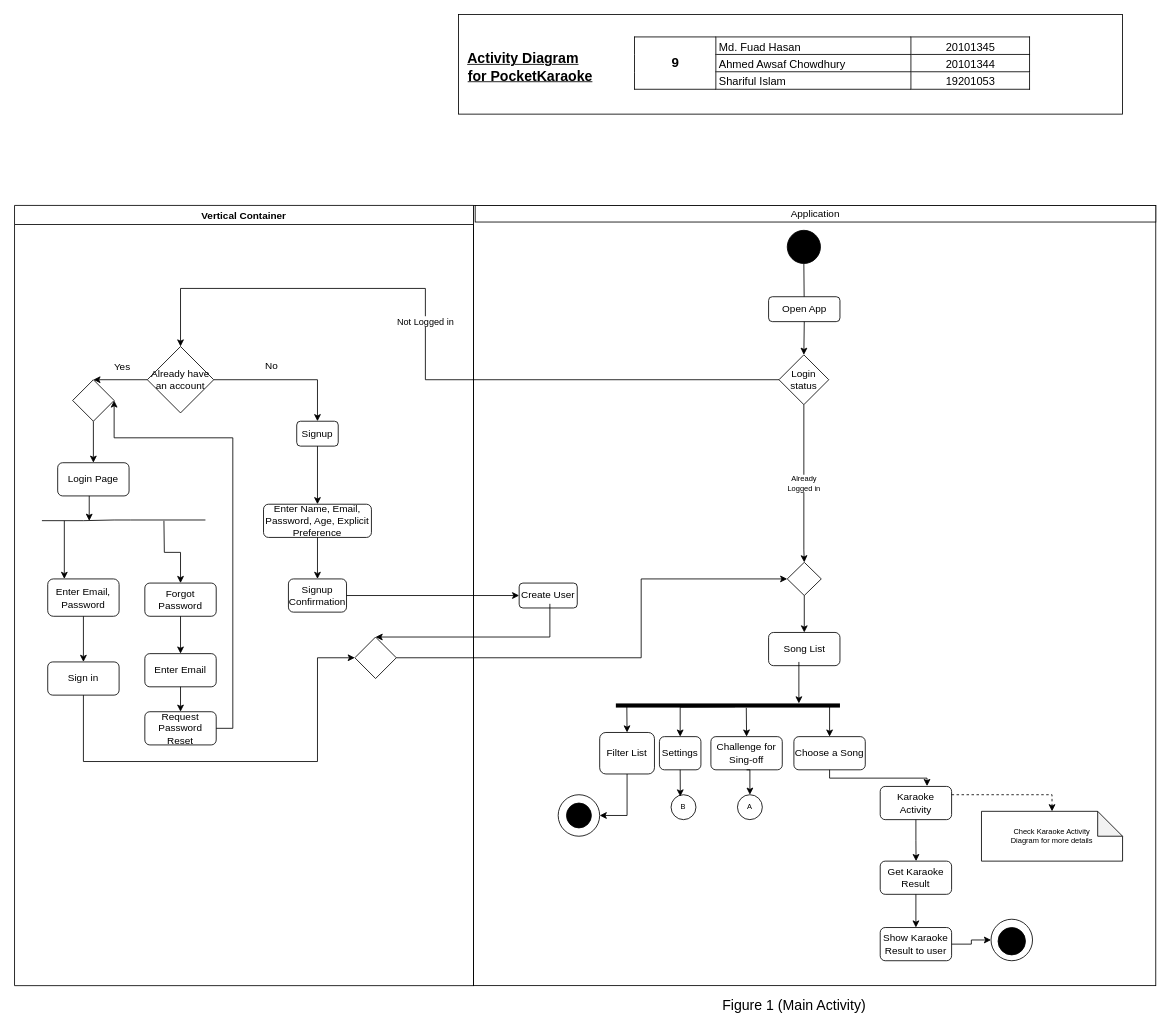
Earlier version of the draw.io diagram page "Page-1" (1 of 3) of System Analysis/PocketKaraoke Activity Diagram.drawio (AwsafChowdhury/PocketKaraoke). Source tidied: cells renumbered, new cells numbered last; positions are measured from the earlier drawing's top-left corner, leaving out a move shared by most shapes. Both pictures are drawn from the tidied source at 83%, with x=0, y=0 at pixel (14, 14).
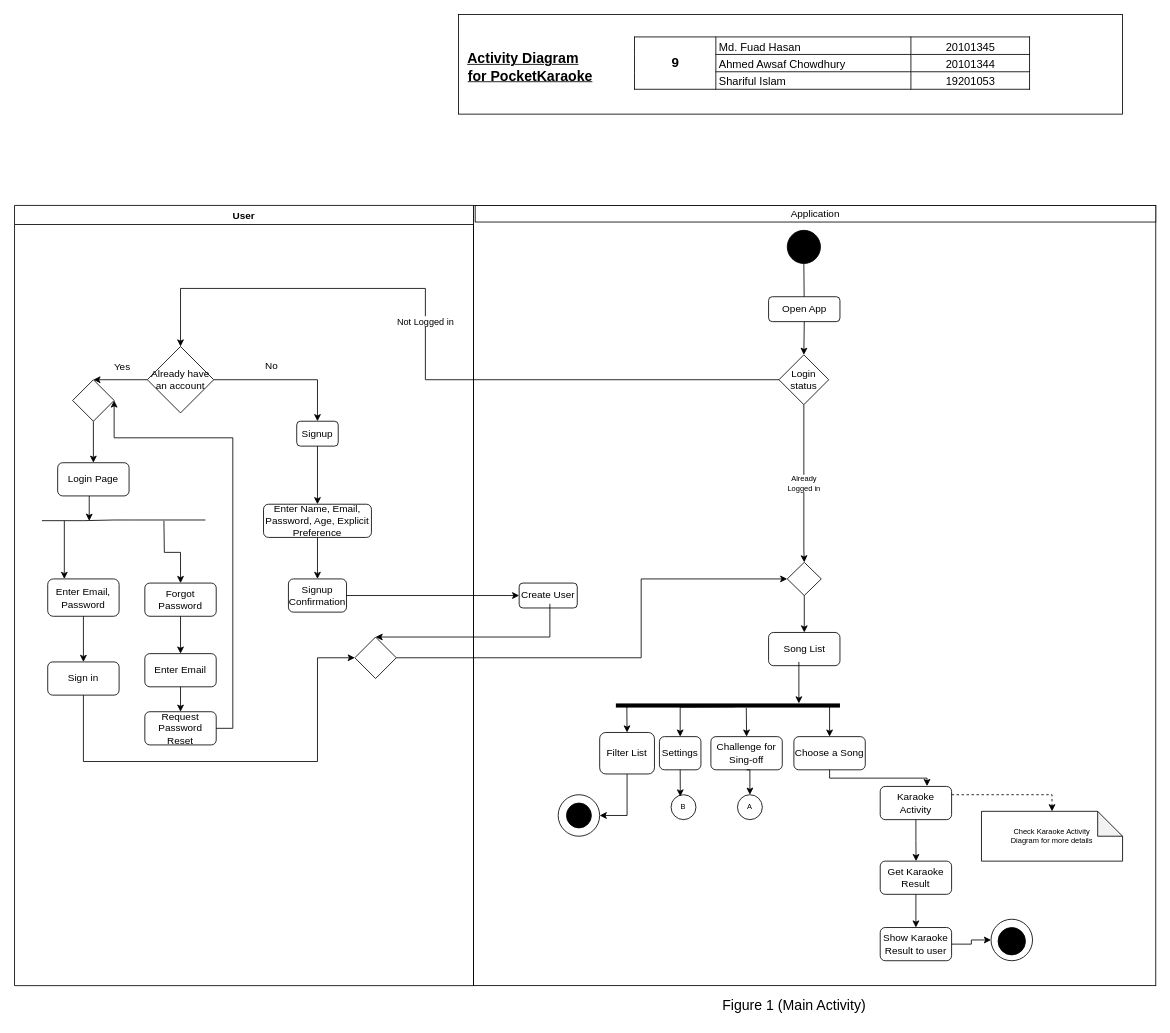
Above is the later version.

What changed in the source:
```diff
@@
-    <mxCell id="39" value="Vertical Container" style="swimlane;" parent="1" vertex="1">
+    <mxCell id="39" value="User" style="swimlane;" parent="1" vertex="1">
       <mxGeometry y="230" width="553" height="940" as="geometry" />
     </mxCell>
```
